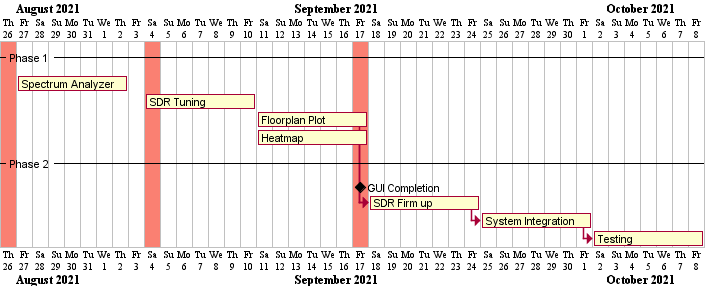
Before: docs/schedule.png, a diagram exported from PlantUML (huats-club/citrus).
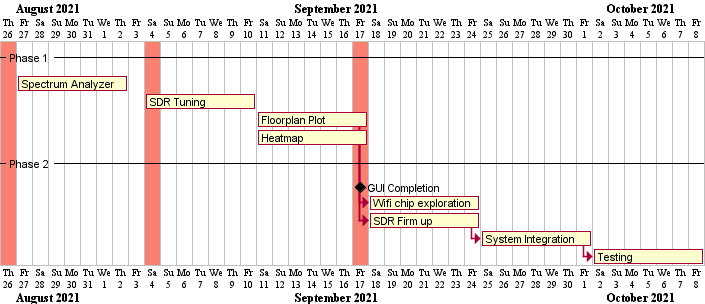
The same diagram one commit later.

Commit message:
add wifi chip exploration itm

What changed in the source:
```diff
@@ -21,6 +21,10 @@
 [GUI Completion] happens at [Floorplan Plot]'s end
 [GUI Completion] happens at [Heatmap]'s end
 
+[Wifi chip exploration] starts at [Floorplan Plot]'s end
+[Wifi chip exploration] starts at [Heatmap]'s end
+[Wifi chip exploration] lasts 7 days
+
 [SDR Firm up] starts at [Floorplan Plot]'s end
 [SDR Firm up] starts at [Heatmap]'s end
 [SDR Firm up] lasts 7 days
```
